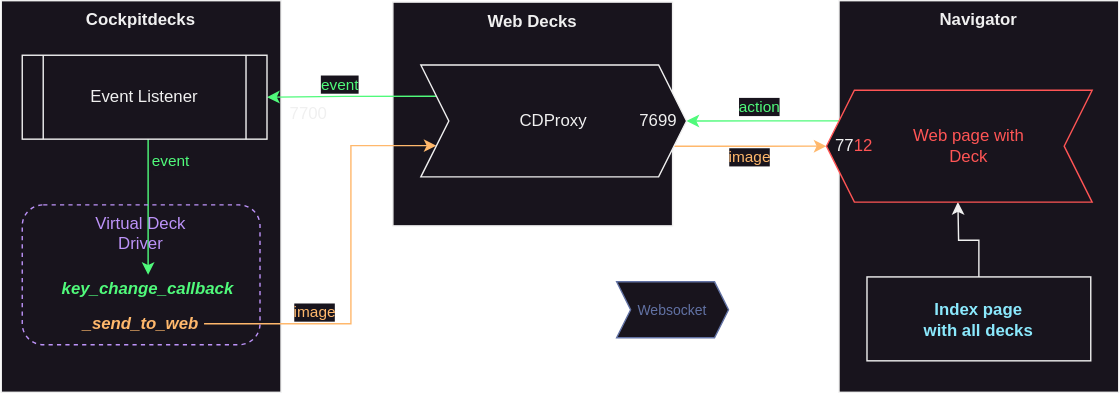
Above: docs/images/webdecks.svg in devleaks/cockpitdecks-docs (draw.io), before the change. Source tidied: cells renumbered, new cells last; positions are measured from the earlier drawing's top-left corner, leaving out a move shared by most shapes.
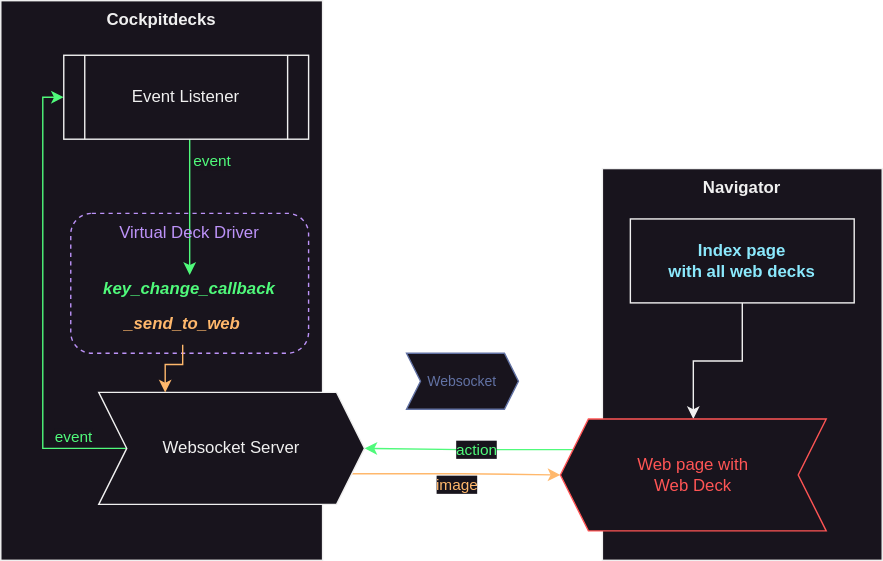
After the commit.

What changed in the source:
```diff
@@ -3,67 +3,51 @@
     <mxCell id="0" />
     <mxCell id="1" parent="0" />
     <mxCell id="2" value="Cockpitdecks" style="rounded=0;whiteSpace=wrap;html=1;verticalAlign=top;fontStyle=1;" parent="1" vertex="1">
-      <mxGeometry width="200" height="280" as="geometry" />
+      <mxGeometry x="-70" y="-39" width="230" height="400" as="geometry" />
     </mxCell>
     <mxCell id="3" value="Navigator" style="rounded=0;whiteSpace=wrap;html=1;verticalAlign=top;fontStyle=1;" parent="1" vertex="1">
-      <mxGeometry x="599" width="200" height="280" as="geometry" />
+      <mxGeometry x="360" y="81" width="200" height="280" as="geometry" />
     </mxCell>
-    <mxCell id="4" value="Web Decks" style="rounded=0;whiteSpace=wrap;html=1;verticalAlign=top;fontStyle=1;" parent="1" vertex="1">
-      <mxGeometry x="280" y="1" width="200" height="160" as="geometry" />
-    </mxCell>
-    <mxCell id="5" style="edgeStyle=orthogonalEdgeStyle;rounded=0;jettySize=auto;html=1;exitX=0.5;exitY=0;exitDx=0;exitDy=0;entryX=0.5;entryY=0;entryDx=0;entryDy=0;" parent="1" edge="1" source="6">
-      <mxGeometry relative="1" as="geometry">
-        <mxPoint x="684" y="144" as="targetPoint" />
-      </mxGeometry>
+    <mxCell id="5" style="edgeStyle=orthogonalEdgeStyle;rounded=0;jettySize=auto;html=1;exitX=0.5;exitY=1;exitDx=0;exitDy=0;" parent="1" edge="1" source="6" target="23">
+      <mxGeometry relative="1" as="geometry" />
     </mxCell>
-    <mxCell id="6" value="&lt;span style=&quot;color: rgb(139, 233, 253); font-weight: 700;&quot;&gt;Index page&lt;/span&gt;&lt;div style=&quot;color: rgb(139, 233, 253); font-weight: 700;&quot;&gt;with all decks&lt;/div&gt;" style="rounded=0;whiteSpace=wrap;html=1;" parent="1" vertex="1">
-      <mxGeometry x="619" y="197.5" width="160" height="60" as="geometry" />
+    <mxCell id="6" value="&lt;span style=&quot;color: rgb(139, 233, 253); font-weight: 700;&quot;&gt;Index page&lt;/span&gt;&lt;div style=&quot;color: rgb(139, 233, 253); font-weight: 700;&quot;&gt;with all web decks&lt;/div&gt;" style="rounded=0;whiteSpace=wrap;html=1;" parent="1" vertex="1">
+      <mxGeometry x="380" y="117" width="160" height="60" as="geometry" />
     </mxCell>
-    <mxCell id="7" style="edgeStyle=orthogonalEdgeStyle;rounded=0;jettySize=auto;html=1;entryX=0;entryY=0.75;entryDx=0;entryDy=0;fontColor=#FFB86C;strokeColor=#FFB86C;" parent="1" edge="1" source="9" target="14">
-      <mxGeometry relative="1" as="geometry">
-        <Array as="points">
-          <mxPoint x="250" y="231" />
-          <mxPoint x="250" y="104" />
-        </Array>
-      </mxGeometry>
-    </mxCell>
-    <mxCell id="8" value="image" style="edgeLabel;html=1;align=center;verticalAlign=middle;fontColor=#FFB86C;" parent="7" vertex="1">
-      <mxGeometry x="-0.5" y="2" relative="1" as="geometry">
-        <mxPoint x="4" y="-7" as="offset" />
-      </mxGeometry>
-    </mxCell>
     <mxCell id="9" value="_send_to_web" style="text;html=1;align=center;verticalAlign=middle;whiteSpace=wrap;rounded=0;fontStyle=3;fontColor=#FFB86C;" parent="1" vertex="1">
-      <mxGeometry x="55" y="216" width="90" height="30" as="geometry" />
+      <mxGeometry x="15" y="177" width="90" height="30" as="geometry" />
     </mxCell>
+    <mxCell id="12" style="edgeStyle=orthogonalEdgeStyle;rounded=0;jettySize=auto;html=1;exitX=1;exitY=0.75;exitDx=0;exitDy=0;entryX=1;entryY=0.5;entryDx=0;entryDy=0;fontColor=#FFB86C;strokeColor=#FFB86C;" parent="1" edge="1" source="14" target="23">
+      <mxGeometry relative="1" as="geometry" />
+    </mxCell>
+    <mxCell id="13" value="image" style="edgeLabel;html=1;align=center;verticalAlign=middle;fontColor=#FFB86C;" parent="12" vertex="1">
+      <mxGeometry x="0.02" y="-1" relative="1" as="geometry">
+        <mxPoint x="-2" y="6" as="offset" />
+      </mxGeometry>
+    </mxCell>
-    <mxCell id="10" style="edgeStyle=orthogonalEdgeStyle;rounded=0;jettySize=auto;html=1;exitX=0;exitY=0.25;exitDx=0;exitDy=0;entryX=1;entryY=0.5;entryDx=0;entryDy=0;fontColor=#50FA7B;strokeColor=#50FA7B;" parent="1" edge="1" source="14" target="19">
-      <mxGeometry relative="1" as="geometry" />
+    <mxCell id="10" style="edgeStyle=orthogonalEdgeStyle;rounded=0;jettySize=auto;html=1;entryX=0;entryY=0.5;entryDx=0;entryDy=0;strokeColor=#50FA7B;" parent="1" edge="1" source="14" target="19">
+      <mxGeometry relative="1" as="geometry">
+        <Array as="points">
+          <mxPoint x="-40" y="281" />
+          <mxPoint x="-40" y="30" />
+        </Array>
+      </mxGeometry>
     </mxCell>
     <mxCell id="11" value="event" style="edgeLabel;html=1;align=center;verticalAlign=middle;fontColor=#50FA7B;" parent="10" vertex="1">
-      <mxGeometry x="0.15" y="-4" relative="1" as="geometry">
+      <mxGeometry x="-0.76" y="-3" relative="1" as="geometry">
         <mxPoint y="-6" as="offset" />
       </mxGeometry>
     </mxCell>
-    <mxCell id="12" style="edgeStyle=orthogonalEdgeStyle;rounded=0;jettySize=auto;html=1;exitX=1;exitY=0.75;exitDx=0;exitDy=0;entryX=1;entryY=0.5;entryDx=0;entryDy=0;fontColor=#FFB86C;strokeColor=#FFB86C;" parent="1" edge="1" source="14" target="23">
-      <mxGeometry relative="1" as="geometry" />
-    </mxCell>
-    <mxCell id="13" value="image" style="edgeLabel;html=1;align=center;verticalAlign=middle;fontColor=#FFB86C;" parent="12" vertex="1">
-      <mxGeometry x="0.02" y="-1" relative="1" as="geometry">
-        <mxPoint x="-2" y="6" as="offset" />
-      </mxGeometry>
-    </mxCell>
-    <mxCell id="14" value="CDProxy" style="shape=step;perimeter=stepPerimeter;whiteSpace=wrap;html=1;fixedSize=1;" parent="1" vertex="1">
-      <mxGeometry x="300" y="46" width="190" height="80" as="geometry" />
+    <mxCell id="14" value="Websocket Server" style="shape=step;perimeter=stepPerimeter;whiteSpace=wrap;html=1;fixedSize=1;" parent="1" vertex="1">
+      <mxGeometry y="241" width="190" height="80" as="geometry" />
     </mxCell>
-    <mxCell id="15" value="7699" style="text;html=1;align=center;verticalAlign=middle;whiteSpace=wrap;rounded=0;" parent="1" vertex="1">
-      <mxGeometry x="440" y="71" width="60" height="30" as="geometry" />
-    </mxCell>
     <mxCell id="16" value="key_change_callback" style="text;html=1;align=center;verticalAlign=middle;whiteSpace=wrap;rounded=0;fontStyle=3;fontColor=#50FA7B;" parent="1" vertex="1">
-      <mxGeometry x="40" y="196" width="130" height="20" as="geometry" />
+      <mxGeometry y="157" width="130" height="20" as="geometry" />
     </mxCell>
     <mxCell id="17" style="edgeStyle=orthogonalEdgeStyle;rounded=0;jettySize=auto;html=1;strokeColor=#50FA7B;exitX=0.469;exitY=0.983;exitDx=0;exitDy=0;exitPerimeter=0;" parent="1" edge="1" source="19" target="16">
       <mxGeometry relative="1" as="geometry">
         <Array as="points">
-          <mxPoint x="105" y="98" />
+          <mxPoint x="65" y="59" />
         </Array>
       </mxGeometry>
     </mxCell>
@@ -73,28 +57,30 @@
       </mxGeometry>
     </mxCell>
     <mxCell id="19" value="Event Listener" style="shape=process;whiteSpace=wrap;html=1;backgroundOutline=1;size=0.08571428571428572;" parent="1" vertex="1">
-      <mxGeometry x="15" y="39" width="175" height="60" as="geometry" />
+      <mxGeometry x="-25" width="175" height="60" as="geometry" />
     </mxCell>
-    <mxCell id="20" value="7700" style="text;html=1;align=center;verticalAlign=middle;whiteSpace=wrap;rounded=0;" parent="1" vertex="1">
-      <mxGeometry x="190" y="66" width="60" height="30" as="geometry" />
-    </mxCell>
     <mxCell id="21" value="Websocket" style="shape=step;perimeter=stepPerimeter;whiteSpace=wrap;html=1;fixedSize=1;size=10;strokeColor=#6272A4;fontColor=#6272A4;fontSize=10;" parent="1" vertex="1">
-      <mxGeometry x="440" y="201" width="80" height="40" as="geometry" />
+      <mxGeometry x="220" y="213" width="80" height="40" as="geometry" />
     </mxCell>
     <mxCell id="22" value="action" style="edgeStyle=orthogonalEdgeStyle;rounded=0;jettySize=auto;html=1;entryX=1;entryY=0.5;entryDx=0;entryDy=0;exitX=1;exitY=0.75;exitDx=0;exitDy=0;fontColor=#50FA7B;strokeColor=#50FA7B;" parent="1" edge="1" source="23" target="14">
       <mxGeometry x="0.05" y="-10" relative="1" as="geometry" />
     </mxCell>
     <mxCell id="23" style="shape=step;perimeter=stepPerimeter;whiteSpace=wrap;html=1;fixedSize=1;rotation=-180;strokeColor=#FF5555;" parent="1" vertex="1">
-      <mxGeometry x="590" y="64" width="190" height="80" as="geometry" />
+      <mxGeometry x="330" y="260" width="190" height="80" as="geometry" />
     </mxCell>
-    <mxCell id="24" value="77&lt;font color=&quot;#ff5555&quot;&gt;12&lt;/font&gt;" style="text;html=1;align=center;verticalAlign=middle;whiteSpace=wrap;rounded=0;" parent="1" vertex="1">
-      <mxGeometry x="580" y="89" width="60" height="30" as="geometry" />
-    </mxCell>
-    <mxCell id="25" value="Web page with&lt;div&gt;Deck&lt;/div&gt;" style="text;html=1;align=center;verticalAlign=middle;whiteSpace=wrap;rounded=0;fontColor=#FF5555;" parent="1" vertex="1">
-      <mxGeometry x="647" y="89" width="90" height="30" as="geometry" />
+    <mxCell id="25" value="Web page with&lt;div&gt;Web Deck&lt;/div&gt;" style="text;html=1;align=center;verticalAlign=middle;whiteSpace=wrap;rounded=0;fontColor=#FF5555;" parent="1" vertex="1">
+      <mxGeometry x="380" y="285" width="90" height="30" as="geometry" />
     </mxCell>
-    <mxCell id="26" value="Virtual Deck&lt;div&gt;Driver&lt;/div&gt;" style="rounded=1;whiteSpace=wrap;html=1;verticalAlign=top;dashed=1;fontColor=#BD93F9;strokeColor=#BD93F9;fillColor=none;" parent="1" vertex="1">
-      <mxGeometry x="15" y="146" width="170" height="100" as="geometry" />
+    <mxCell id="26" value="Virtual Deck&amp;nbsp;&lt;span style=&quot;background-color: initial;&quot;&gt;Driver&lt;/span&gt;" style="rounded=1;whiteSpace=wrap;html=1;verticalAlign=top;dashed=1;fontColor=#BD93F9;strokeColor=#BD93F9;fillColor=none;" parent="1" vertex="1">
+      <mxGeometry x="-20" y="113" width="170" height="100" as="geometry" />
     </mxCell>
+    <mxCell id="7" style="edgeStyle=orthogonalEdgeStyle;rounded=0;jettySize=auto;html=1;entryX=0.25;entryY=0;entryDx=0;entryDy=0;strokeColor=#FFB86C;" parent="1" edge="1" source="9" target="14">
+      <mxGeometry relative="1" as="geometry">
+        <Array as="points">
+          <mxPoint x="60" y="221" />
+          <mxPoint x="48" y="221" />
+        </Array>
+      </mxGeometry>
+    </mxCell>
   </root>
 </mxGraphModel>
```
